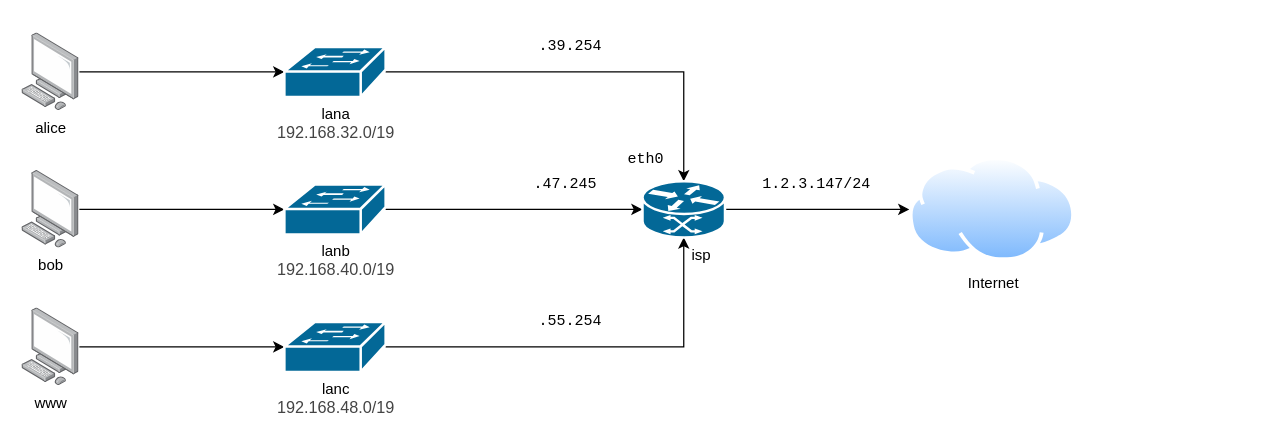
This is labdev.drawio from Ayce45/labdev, a draw.io file, before an edit. Source tidied: cells renumbered, new cells numbered last; positions are measured from the earlier drawing's top-left corner, leaving out a move shared by most shapes. Both pictures are drawn from the tidied source at 125%, with x=0, y=0 at pixel (21, 32).
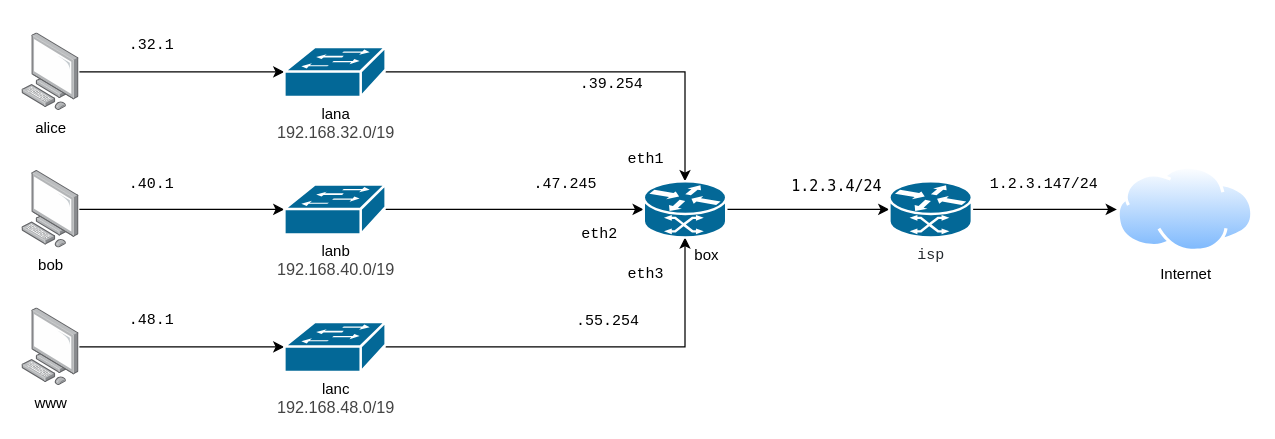
After the change.

What changed in the source:
```diff
@@
-    <mxCell id="14" style="edgeStyle=orthogonalEdgeStyle;rounded=0;jettySize=auto;html=1;entryX=0;entryY=0.5;entryDx=0;entryDy=0;" parent="1" edge="1" source="15" target="16">
-      <mxGeometry relative="1" as="geometry" />
-    </mxCell>
+    <mxCell id="22" style="edgeStyle=orthogonalEdgeStyle;rounded=0;jettySize=auto;html=1;" parent="1" edge="1" source="15" target="24">
+      <mxGeometry relative="1" as="geometry" />
+    </mxCell>
-    <mxCell id="15" value="&amp;nbsp; &amp;nbsp; &amp;nbsp; &amp;nbsp; isp" style="shape=mxgraph.cisco.routers.atm_router;html=1;dashed=0;fillColor=#036897;strokeColor=#ffffff;strokeWidth=2;verticalLabelPosition=bottom;verticalAlign=top;align=center;outlineConnect=0;" parent="1" vertex="1">
-      <mxGeometry x="496.5" y="118.5" width="66" height="45" as="geometry" />
+    <mxCell id="15" value="&amp;nbsp; &amp;nbsp; &amp;nbsp; &amp;nbsp; &amp;nbsp; box" style="shape=mxgraph.cisco.routers.atm_router;html=1;dashed=0;fillColor=#036897;strokeColor=#ffffff;strokeWidth=2;verticalLabelPosition=bottom;verticalAlign=top;align=center;outlineConnect=0;" parent="1" vertex="1">
+      <mxGeometry x="497.5" y="118.5" width="66" height="45" as="geometry" />
     </mxCell>
-    <mxCell id="16" value="Internet" style="perimeter=ellipsePerimeter;html=1;align=center;shadow=0;dashed=0;spacingTop=3;image;image=img/lib/active_directory/internet_cloud.svg;" parent="1" vertex="1">
-      <mxGeometry x="710" y="99" width="133" height="84" as="geometry" />
-    </mxCell>
+    <mxCell id="23" style="edgeStyle=orthogonalEdgeStyle;rounded=0;jettySize=auto;html=1;" parent="1" edge="1" source="24" target="16">
+      <mxGeometry relative="1" as="geometry" />
+    </mxCell>
+    <mxCell id="24" value="&lt;pre style=&quot;box-sizing: border-box ; font-family: , &amp;#34;consolas&amp;#34; , &amp;#34;liberation mono&amp;#34; , &amp;#34;menlo&amp;#34; , monospace ; margin-top: 0px ; margin-bottom: 0px ; color: rgb(36 , 41 , 46) ; background-color: rgb(255 , 255 , 255) ; white-space: pre-wrap&quot;&gt;isp&lt;/pre&gt;" style="shape=mxgraph.cisco.routers.atm_router;html=1;dashed=0;fillColor=#036897;strokeColor=#ffffff;strokeWidth=2;verticalLabelPosition=bottom;verticalAlign=top;align=center;outlineConnect=0;" parent="1" vertex="1">
+      <mxGeometry x="694" y="118.5" width="66" height="45" as="geometry" />
+    </mxCell>
-    <mxCell id="17" value="&lt;pre style=&quot;overflow-wrap: break-word ; white-space: pre-wrap&quot;&gt;1.2.3.147/24&lt;/pre&gt;" style="text;html=1;strokeColor=none;fillColor=none;align=center;verticalAlign=middle;whiteSpace=wrap;rounded=0;" parent="1" vertex="1">
-      <mxGeometry x="578" y="111" width="116" height="20" as="geometry" />
+    <mxCell id="17" value="&lt;p style=&quot;overflow-wrap: break-word ; white-space: pre-wrap&quot;&gt;&lt;font face=&quot;monospace&quot;&gt;1.2.3.147/24&lt;/font&gt;&lt;/p&gt;" style="text;html=1;strokeColor=none;fillColor=none;align=center;verticalAlign=middle;whiteSpace=wrap;rounded=0;" parent="1" vertex="1">
+      <mxGeometry x="760" y="110" width="116" height="20" as="geometry" />
     </mxCell>
     <mxCell id="18" value="&lt;pre style=&quot;overflow-wrap: break-word ; white-space: pre-wrap&quot;&gt;.39.254&lt;/pre&gt;" style="text;html=1;strokeColor=none;fillColor=none;align=center;verticalAlign=middle;whiteSpace=wrap;rounded=0;" parent="1" vertex="1">
-      <mxGeometry x="380.5" y="1" width="116" height="20" as="geometry" />
+      <mxGeometry x="413.5" y="31" width="116" height="20" as="geometry" />
     </mxCell>
@@
     <mxCell id="20" value="&lt;pre style=&quot;overflow-wrap: break-word ; white-space: pre-wrap&quot;&gt;.55.254&lt;/pre&gt;" style="text;html=1;strokeColor=none;fillColor=none;align=center;verticalAlign=middle;whiteSpace=wrap;rounded=0;" parent="1" vertex="1">
-      <mxGeometry x="380.5" y="221" width="116" height="20" as="geometry" />
+      <mxGeometry x="410.5" y="221" width="116" height="20" as="geometry" />
     </mxCell>
-    <mxCell id="21" value="&lt;pre style=&quot;overflow-wrap: break-word ; white-space: pre-wrap&quot;&gt;eth0&lt;/pre&gt;" style="text;html=1;strokeColor=none;fillColor=none;align=center;verticalAlign=middle;whiteSpace=wrap;rounded=0;" parent="1" vertex="1">
+    <mxCell id="21" value="&lt;pre style=&quot;overflow-wrap: break-word ; white-space: pre-wrap&quot;&gt;eth1&lt;/pre&gt;" style="text;html=1;strokeColor=none;fillColor=none;align=center;verticalAlign=middle;whiteSpace=wrap;rounded=0;" parent="1" vertex="1">
       <mxGeometry x="468.5" y="91" width="61" height="20" as="geometry" />
     </mxCell>
+    <mxCell id="25" value="&lt;pre style=&quot;overflow-wrap: break-word ; white-space: pre-wrap&quot;&gt;.32.1&lt;/pre&gt;" style="text;html=1;strokeColor=none;fillColor=none;align=center;verticalAlign=middle;whiteSpace=wrap;rounded=0;" parent="1" vertex="1">
+      <mxGeometry x="46" width="116" height="20" as="geometry" />
+    </mxCell>
+    <mxCell id="26" value="&lt;pre style=&quot;overflow-wrap: break-word ; white-space: pre-wrap&quot;&gt;.40.1&lt;/pre&gt;" style="text;html=1;strokeColor=none;fillColor=none;align=center;verticalAlign=middle;whiteSpace=wrap;rounded=0;" parent="1" vertex="1">
+      <mxGeometry x="46" y="111" width="116" height="20" as="geometry" />
+    </mxCell>
+    <mxCell id="27" value="&lt;pre style=&quot;overflow-wrap: break-word ; white-space: pre-wrap&quot;&gt;.48.1&lt;/pre&gt;" style="text;html=1;strokeColor=none;fillColor=none;align=center;verticalAlign=middle;whiteSpace=wrap;rounded=0;" parent="1" vertex="1">
+      <mxGeometry x="46" y="220" width="116" height="20" as="geometry" />
+    </mxCell>
+    <mxCell id="28" value="&lt;pre style=&quot;overflow-wrap: break-word ; white-space: pre-wrap&quot;&gt;eth2&lt;/pre&gt;" style="text;html=1;strokeColor=none;fillColor=none;align=center;verticalAlign=middle;whiteSpace=wrap;rounded=0;" parent="1" vertex="1">
+      <mxGeometry x="431.5" y="151" width="61" height="20" as="geometry" />
+    </mxCell>
+    <mxCell id="29" value="&lt;pre style=&quot;overflow-wrap: break-word ; white-space: pre-wrap&quot;&gt;eth3&lt;/pre&gt;" style="text;html=1;strokeColor=none;fillColor=none;align=center;verticalAlign=middle;whiteSpace=wrap;rounded=0;" parent="1" vertex="1">
+      <mxGeometry x="468.5" y="183" width="61" height="20" as="geometry" />
+    </mxCell>
+    <mxCell id="16" value="Internet" style="perimeter=ellipsePerimeter;html=1;align=center;shadow=0;dashed=0;spacingTop=3;image;image=img/lib/active_directory/internet_cloud.svg;" parent="1" vertex="1">
+      <mxGeometry x="876" y="106.5" width="110" height="69" as="geometry" />
+    </mxCell>
+    <mxCell id="30" value="1.2.3.4/24" style="text;html=1;fontFamily=monospace;" parent="1" vertex="1">
+      <mxGeometry x="614" y="108.5" width="80" height="20" as="geometry" />
+    </mxCell>
```
